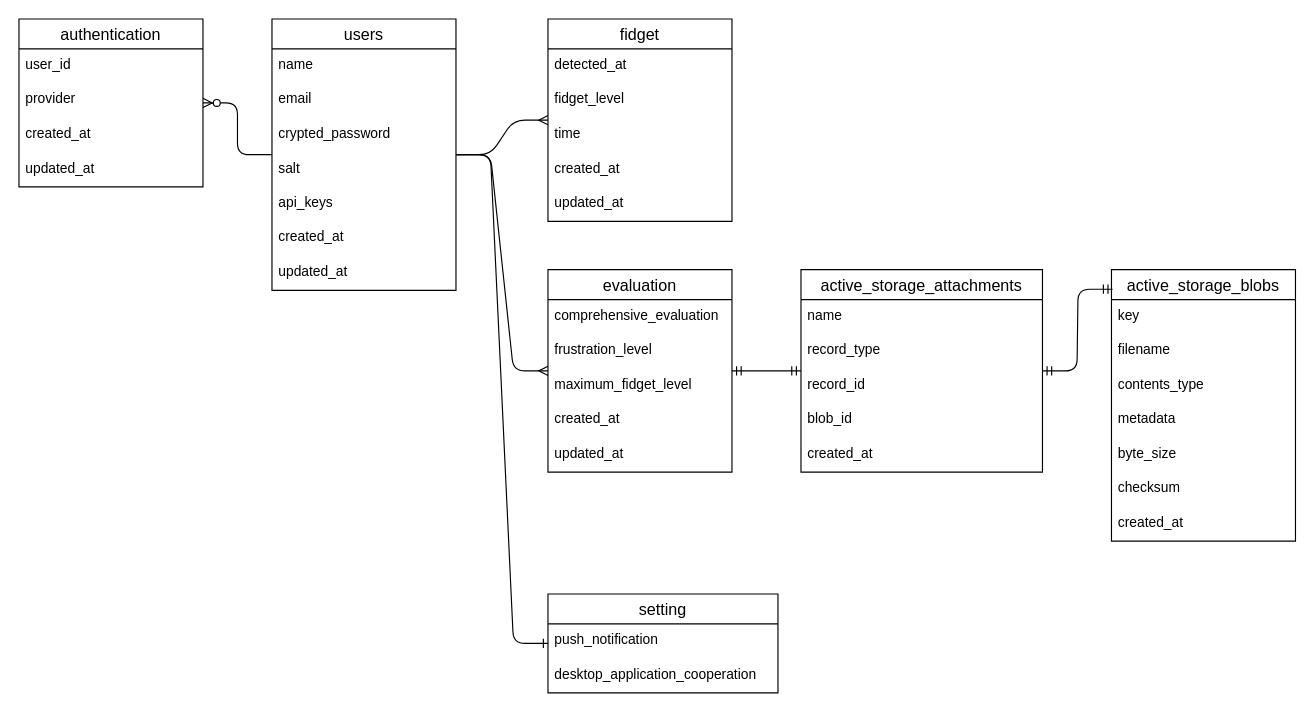
Before: ER Diagram for fidgeting_meter.drawio in FukiHayashi/fidgeting_meter, a draw.io diagram. Source tidied: cells renumbered, new cells numbered last; positions are measured from the earlier drawing's top-left corner, leaving out a move shared by most shapes. Both pictures are drawn from the tidied source at 115%, with x=0, y=0 at pixel (18, 18).
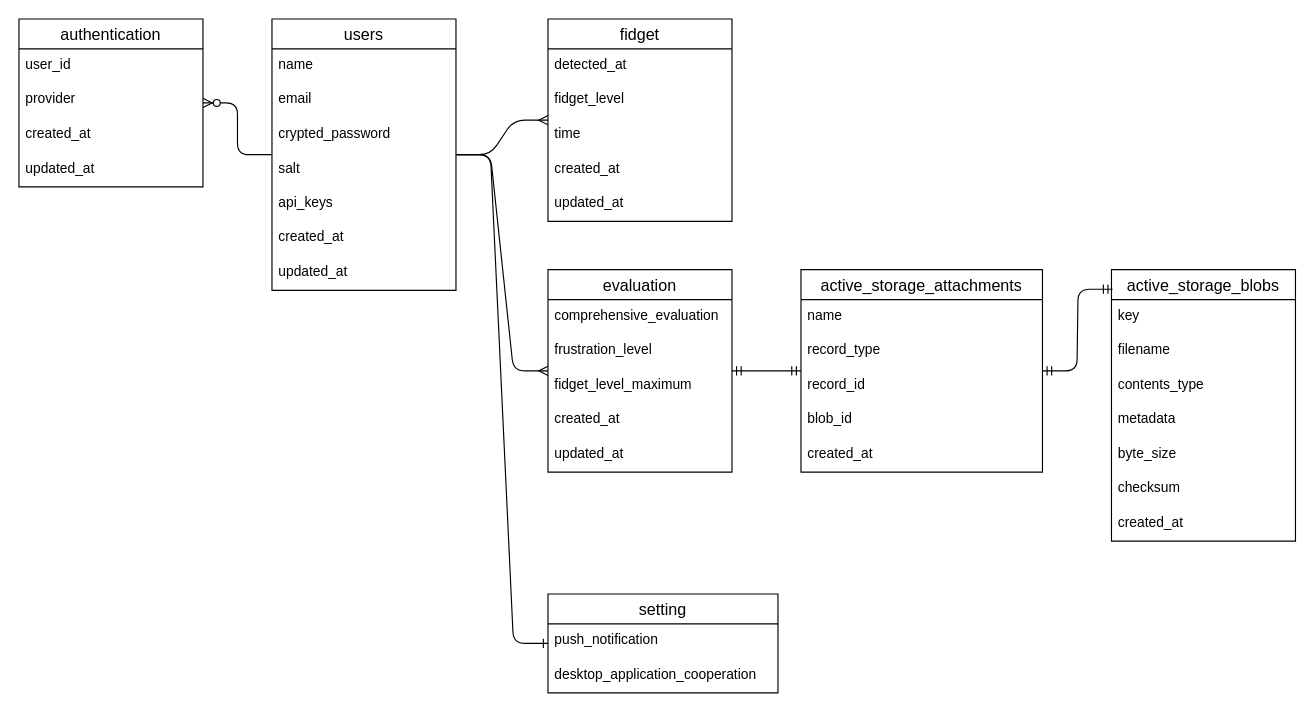
Above is the later version.

Commit message (it also covers changes not shown here):
ER Diagram for fidgeting_meter.drawio を更新します

Unchanged cells that the change refers to:
```xml
<mxCell id="22" value="evaluation" style="swimlane;fontStyle=0;horizontal=1;startSize=26;align=center;fontSize=14;" parent="1" vertex="1">
  <mxGeometry x="460" y="218" width="160" height="176" as="geometry" />
</mxCell>
```

Diff of the diagram source:
```diff
@@
-    <mxCell id="25" value="maximum_fidget_level" style="text;strokeColor=none;fillColor=none;spacingLeft=4;spacingRight=4;overflow=hidden;fontSize=12;" parent="22" vertex="1">
+    <mxCell id="25" value="fidget_level_maximum" style="text;strokeColor=none;fillColor=none;spacingLeft=4;spacingRight=4;overflow=hidden;fontSize=12;" parent="22" vertex="1">
       <mxGeometry y="86" width="160" height="30" as="geometry" />
     </mxCell>
```
